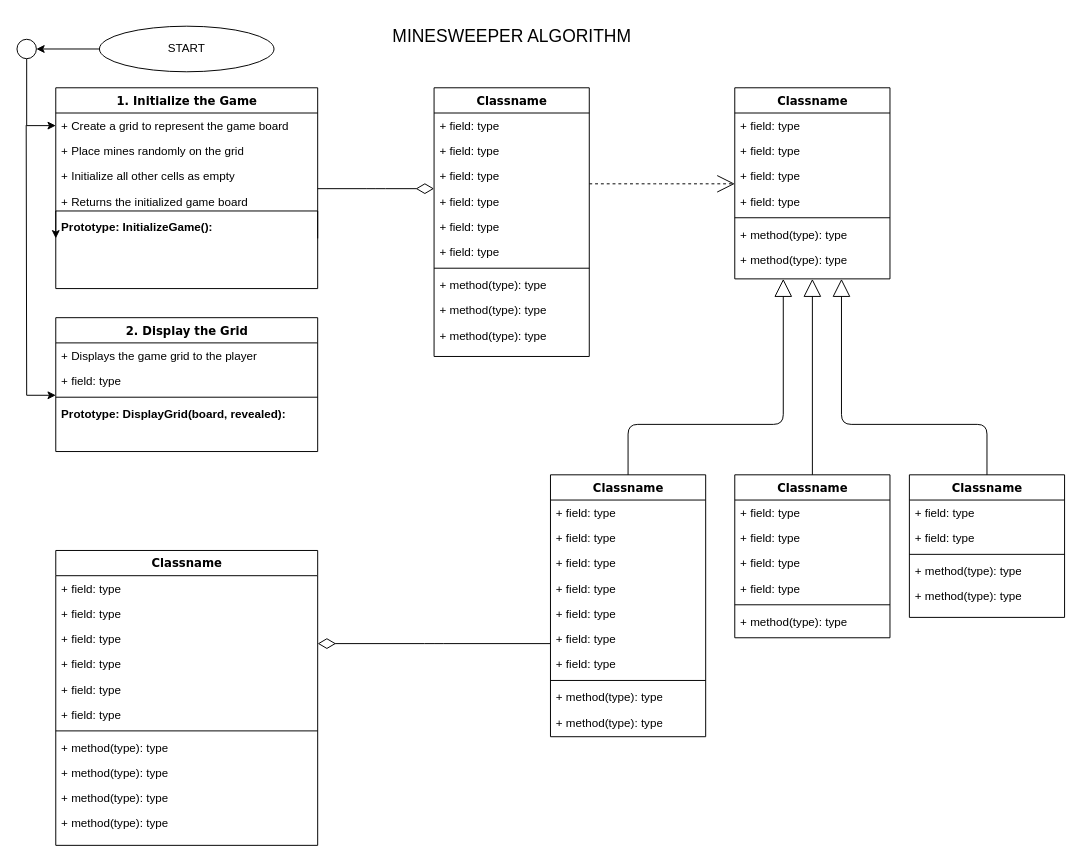
Above: Minesweeper.drawio in lawalTheWest/minesweeper (draw.io), before the change. Source tidied: cells renumbered, new cells numbered last; positions are measured from the earlier drawing's top-left corner, leaving out a move shared by most shapes. Both pictures are drawn from the tidied source at 97%, with x=0, y=0 at pixel (16, 16).
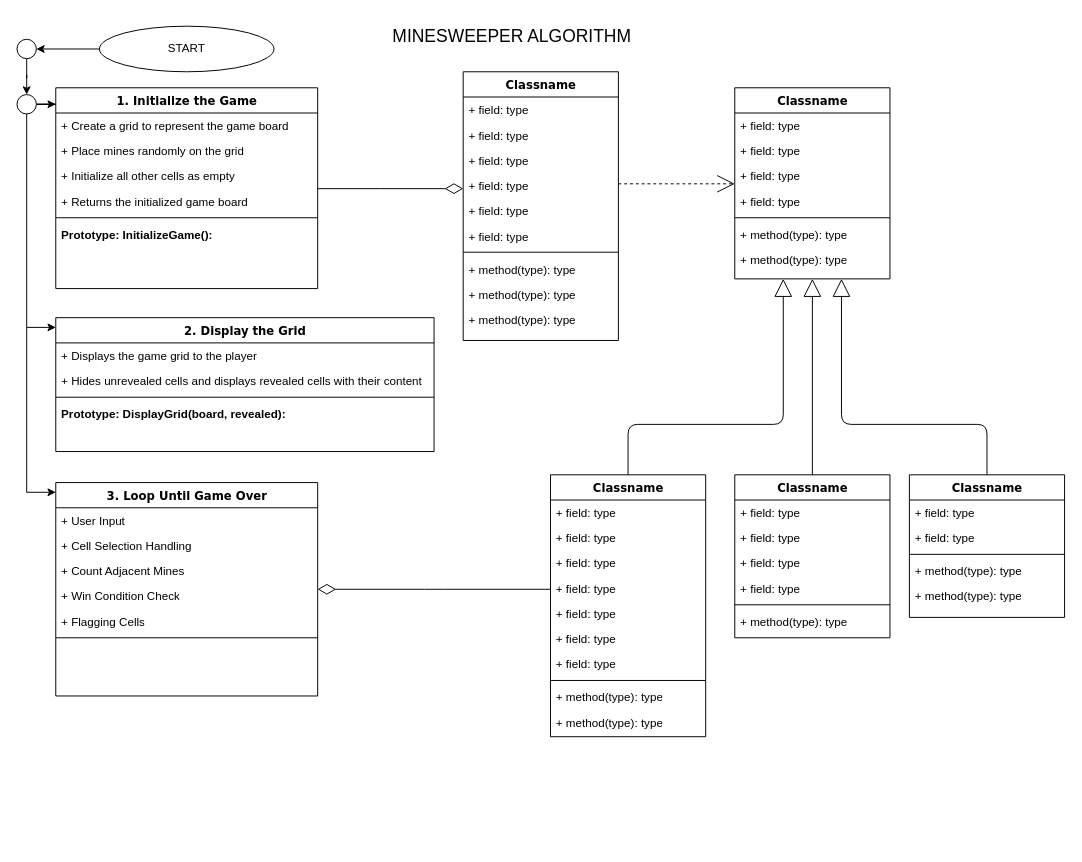
The same diagram, later.

The change refers to these unchanged cells:
```xml
<mxCell id="2" value="1. Initialize the Game" style="swimlane;html=1;fontStyle=1;align=center;verticalAlign=top;horizontal=1;startSize=26;swimlaneFillColor=#ffffff;rounded=0;shadow=0;comic=0;labelBackgroundColor=none;strokeWidth=1;fillColor=none;fontFamily=Verdana;fontSize=12;" parent="1" vertex="1">
  <mxGeometry x="40" y="73" width="270" height="207" as="geometry" />
</mxCell>
<mxCell id="3" value="+ Create a grid to represent the game board" style="text;html=1;strokeColor=none;fillColor=none;align=left;verticalAlign=top;spacingLeft=4;spacingRight=4;whiteSpace=wrap;overflow=hidden;points=[[0,0.5],[1,0.5]];portConstraint=eastwest;" parent="2" vertex="1">
  <mxGeometry y="26" width="270" height="26" as="geometry" />
</mxCell>
<mxCell id="76" style="ellipse;whiteSpace=wrap;html=1;" parent="1" vertex="1">
  <mxGeometry y="23" width="20" height="20" as="geometry" />
</mxCell>
```

What changed in the source:
```diff
@@
+    <mxCell id="81" style="line;html=1;strokeWidth=1;fillColor=none;align=left;verticalAlign=middle;spacingTop=-1;spacingLeft=3;spacingRight=3;labelPosition=right;" parent="2" vertex="1">
+      <mxGeometry y="130" width="270" height="8" as="geometry" />
+    </mxCell>
     <mxCell id="7" value="&lt;b&gt;Prototype: InitializeGame():&lt;/b&gt;" style="text;html=1;strokeColor=none;fillColor=none;align=left;verticalAlign=top;spacingLeft=4;spacingRight=4;whiteSpace=wrap;overflow=hidden;" parent="2" vertex="1">
-      <mxGeometry y="130" width="270" height="26" as="geometry" />
+      <mxGeometry y="138" width="270" height="26" as="geometry" />
     </mxCell>
@@
     <mxCell id="9" value="Classname" style="swimlane;html=1;fontStyle=1;align=center;verticalAlign=top;horizontal=1;startSize=26;swimlaneFillColor=#ffffff;rounded=0;shadow=0;comic=0;labelBackgroundColor=none;strokeWidth=1;fillColor=none;fontFamily=Verdana;fontSize=12;" parent="1" vertex="1">
-      <mxGeometry x="430" y="73" width="160" height="277" as="geometry" />
+      <mxGeometry x="460" y="56.5" width="160" height="277" as="geometry" />
     </mxCell>
@@
     <mxCell id="28" value="2. Display the Grid" style="swimlane;html=1;fontStyle=1;align=center;verticalAlign=top;horizontal=1;startSize=26;swimlaneFillColor=#ffffff;rounded=0;shadow=0;comic=0;labelBackgroundColor=none;strokeWidth=1;fillColor=none;fontFamily=Verdana;fontSize=12;" parent="1" vertex="1">
-      <mxGeometry x="40" y="310" width="270" height="138" as="geometry" />
+      <mxGeometry x="40" y="310" width="390" height="138" as="geometry" />
     </mxCell>
     <mxCell id="29" value="+ Displays the game grid to the player" style="text;html=1;strokeColor=none;fillColor=none;align=left;verticalAlign=top;spacingLeft=4;spacingRight=4;whiteSpace=wrap;overflow=hidden;" parent="28" vertex="1">
-      <mxGeometry y="26" width="270" height="26" as="geometry" />
+      <mxGeometry y="26" width="390" height="26" as="geometry" />
     </mxCell>
-    <mxCell id="30" value="+ field: type" style="text;html=1;strokeColor=none;fillColor=none;align=left;verticalAlign=top;spacingLeft=4;spacingRight=4;whiteSpace=wrap;overflow=hidden;" parent="28" vertex="1">
-      <mxGeometry y="52" width="270" height="26" as="geometry" />
+    <mxCell id="30" value="+ Hides unrevealed cells and displays revealed cells with their content" style="text;html=1;strokeColor=none;fillColor=none;align=left;verticalAlign=top;spacingLeft=4;spacingRight=4;whiteSpace=wrap;overflow=hidden;" parent="28" vertex="1">
+      <mxGeometry y="52" width="390" height="26" as="geometry" />
     </mxCell>
     <mxCell id="31" style="line;html=1;strokeWidth=1;fillColor=none;align=left;verticalAlign=middle;spacingTop=-1;spacingLeft=3;spacingRight=3;labelPosition=right;points=[];portConstraint=eastwest;" parent="28" vertex="1">
-      <mxGeometry y="78" width="270" height="8" as="geometry" />
+      <mxGeometry y="78" width="390" height="8" as="geometry" />
     </mxCell>
     <mxCell id="32" value="&lt;b&gt;Prototype: DisplayGrid(board, revealed):&lt;/b&gt;" style="text;html=1;strokeColor=none;fillColor=none;align=left;verticalAlign=top;spacingLeft=4;spacingRight=4;whiteSpace=wrap;overflow=hidden;" parent="28" vertex="1">
-      <mxGeometry y="86" width="270" height="26" as="geometry" />
+      <mxGeometry y="86" width="390" height="26" as="geometry" />
     </mxCell>
@@
-    <mxCell id="34" value="Classname" style="swimlane;html=1;fontStyle=1;align=center;verticalAlign=top;horizontal=1;startSize=26;swimlaneFillColor=#ffffff;rounded=0;shadow=0;comic=0;labelBackgroundColor=none;strokeWidth=1;fillColor=none;fontFamily=Verdana;fontSize=12;" parent="1" vertex="1">
-      <mxGeometry x="40" y="550" width="270" height="304" as="geometry" />
+    <mxCell id="34" value="3. Loop Until Game Over" style="swimlane;html=1;fontStyle=1;align=center;verticalAlign=top;horizontal=1;startSize=26;swimlaneFillColor=#ffffff;rounded=0;shadow=0;comic=0;labelBackgroundColor=none;strokeWidth=1;fillColor=none;fontFamily=Verdana;fontSize=12;" parent="1" vertex="1">
+      <mxGeometry x="40" y="480" width="270" height="220" as="geometry" />
     </mxCell>
-    <mxCell id="35" value="+ field: type" style="text;html=1;strokeColor=none;fillColor=none;align=left;verticalAlign=top;spacingLeft=4;spacingRight=4;whiteSpace=wrap;overflow=hidden;" parent="34" vertex="1">
+    <mxCell id="35" value="+&amp;nbsp;User Input" style="text;html=1;strokeColor=none;fillColor=none;align=left;verticalAlign=top;spacingLeft=4;spacingRight=4;whiteSpace=wrap;overflow=hidden;" parent="34" vertex="1">
       <mxGeometry y="26" width="270" height="26" as="geometry" />
     </mxCell>
-    <mxCell id="36" value="+ field: type" style="text;html=1;strokeColor=none;fillColor=none;align=left;verticalAlign=top;spacingLeft=4;spacingRight=4;whiteSpace=wrap;overflow=hidden;" parent="34" vertex="1">
+    <mxCell id="36" value="+&amp;nbsp;Cell Selection Handling" style="text;html=1;strokeColor=none;fillColor=none;align=left;verticalAlign=top;spacingLeft=4;spacingRight=4;whiteSpace=wrap;overflow=hidden;" parent="34" vertex="1">
       <mxGeometry y="52" width="270" height="26" as="geometry" />
     </mxCell>
-    <mxCell id="37" value="+ field: type" style="text;html=1;strokeColor=none;fillColor=none;align=left;verticalAlign=top;spacingLeft=4;spacingRight=4;whiteSpace=wrap;overflow=hidden;" parent="34" vertex="1">
+    <mxCell id="37" value="+ Count Adjacent Mines" style="text;html=1;strokeColor=none;fillColor=none;align=left;verticalAlign=top;spacingLeft=4;spacingRight=4;whiteSpace=wrap;overflow=hidden;" parent="34" vertex="1">
       <mxGeometry y="78" width="270" height="26" as="geometry" />
     </mxCell>
-    <mxCell id="38" value="+ field: type" style="text;html=1;strokeColor=none;fillColor=none;align=left;verticalAlign=top;spacingLeft=4;spacingRight=4;whiteSpace=wrap;overflow=hidden;" parent="34" vertex="1">
+    <mxCell id="38" value="+ Win Condition Check" style="text;html=1;strokeColor=none;fillColor=none;align=left;verticalAlign=top;spacingLeft=4;spacingRight=4;whiteSpace=wrap;overflow=hidden;" parent="34" vertex="1">
       <mxGeometry y="104" width="270" height="26" as="geometry" />
     </mxCell>
-    <mxCell id="39" value="+ field: type" style="text;html=1;strokeColor=none;fillColor=none;align=left;verticalAlign=top;spacingLeft=4;spacingRight=4;whiteSpace=wrap;overflow=hidden;" parent="34" vertex="1">
-      <mxGeometry y="130" width="270" height="26" as="geometry" />
-    </mxCell>
-    <mxCell id="40" value="+ field: type" style="text;html=1;strokeColor=none;fillColor=none;align=left;verticalAlign=top;spacingLeft=4;spacingRight=4;whiteSpace=wrap;overflow=hidden;" parent="34" vertex="1">
-      <mxGeometry y="156" width="270" height="26" as="geometry" />
-    </mxCell>
+    <mxCell id="82" value="+&amp;nbsp;Flagging Cells" style="text;html=1;strokeColor=none;fillColor=none;align=left;verticalAlign=top;spacingLeft=4;spacingRight=4;whiteSpace=wrap;overflow=hidden;" parent="34" vertex="1">
+      <mxGeometry y="130" width="270" height="26" as="geometry" />
+    </mxCell>
     <mxCell id="41" style="line;html=1;strokeWidth=1;fillColor=none;align=left;verticalAlign=middle;spacingTop=-1;spacingLeft=3;spacingRight=3;labelPosition=right;" parent="34" vertex="1">
-      <mxGeometry y="182" width="270" height="8" as="geometry" />
+      <mxGeometry y="156" width="270" height="8" as="geometry" />
     </mxCell>
-    <mxCell id="42" value="+ method(type): type" style="text;html=1;strokeColor=none;fillColor=none;align=left;verticalAlign=top;spacingLeft=4;spacingRight=4;whiteSpace=wrap;overflow=hidden;" parent="34" vertex="1">
-      <mxGeometry y="190" width="270" height="26" as="geometry" />
-    </mxCell>
-    <mxCell id="43" value="+ method(type): type" style="text;html=1;strokeColor=none;fillColor=none;align=left;verticalAlign=top;spacingLeft=4;spacingRight=4;whiteSpace=wrap;overflow=hidden;" parent="34" vertex="1">
-      <mxGeometry y="216" width="270" height="26" as="geometry" />
-    </mxCell>
-    <mxCell id="44" value="+ method(type): type" style="text;html=1;strokeColor=none;fillColor=none;align=left;verticalAlign=top;spacingLeft=4;spacingRight=4;whiteSpace=wrap;overflow=hidden;" parent="34" vertex="1">
-      <mxGeometry y="242" width="270" height="26" as="geometry" />
-    </mxCell>
-    <mxCell id="45" value="+ method(type): type" style="text;html=1;strokeColor=none;fillColor=none;align=left;verticalAlign=top;spacingLeft=4;spacingRight=4;whiteSpace=wrap;overflow=hidden;" parent="34" vertex="1">
-      <mxGeometry y="268" width="270" height="26" as="geometry" />
-    </mxCell>
@@
-    <mxCell id="75" style="edgeStyle=orthogonalEdgeStyle;rounded=0;jettySize=auto;html=1;" parent="1" edge="1" source="76" target="3">
-      <mxGeometry relative="1" as="geometry">
-        <Array as="points">
-          <mxPoint x="10" y="112" />
-        </Array>
-      </mxGeometry>
-    </mxCell>
+    <mxCell id="83" style="edgeStyle=orthogonalEdgeStyle;rounded=0;jettySize=auto;html=1;" parent="1" edge="1" source="76" target="85">
+      <mxGeometry relative="1" as="geometry" />
+    </mxCell>
@@
-    <mxCell id="79" style="edgeStyle=orthogonalEdgeStyle;rounded=0;orthogonalLoop=1;jettySize=auto;html=1;exitX=1;exitY=0.75;exitDx=0;exitDy=0;entryX=0;entryY=0.75;entryDx=0;entryDy=0;" parent="1" edge="1" source="2" target="2">
-      <mxGeometry relative="1" as="geometry">
-        <Array as="points">
-          <mxPoint x="310" y="200" />
-          <mxPoint x="40" y="200" />
-        </Array>
-      </mxGeometry>
-    </mxCell>
-    <mxCell id="80" style="endArrow=classic;html=1;rounded=0;entryX=0;entryY=0.25;entryDx=0;entryDy=0;entryPerimeter=0;" parent="1" edge="1" target="31">
+    <mxCell id="80" style="endArrow=classic;html=1;rounded=0;entryX=0;entryY=0.25;entryDx=0;entryDy=0;entryPerimeter=0;exitX=0.5;exitY=1;exitDx=0;exitDy=0;" parent="1" edge="1" source="85">
       <mxGeometry relative="1" as="geometry">
-        <mxPoint x="9.5" y="111.5" as="sourcePoint" />
+        <mxPoint x="40" y="320" as="targetPoint" />
         <Array as="points">
-          <mxPoint x="10" y="390" />
+          <mxPoint x="10" y="320" />
         </Array>
       </mxGeometry>
     </mxCell>
+    <mxCell id="84" style="edgeStyle=orthogonalEdgeStyle;rounded=0;jettySize=auto;html=1;entryX=0;entryY=0.082;entryDx=0;entryDy=0;entryPerimeter=0;" parent="1" edge="1" source="85" target="2">
+      <mxGeometry relative="1" as="geometry" />
+    </mxCell>
+    <mxCell id="85" style="ellipse;whiteSpace=wrap;html=1;" parent="1" vertex="1">
+      <mxGeometry y="80" width="20" height="20" as="geometry" />
+    </mxCell>
+    <mxCell id="86" style="endArrow=classic;html=1;rounded=0;" parent="1" edge="1">
+      <mxGeometry relative="1" as="geometry">
+        <mxPoint x="10" y="320" as="sourcePoint" />
+        <mxPoint x="40" y="490" as="targetPoint" />
+        <Array as="points">
+          <mxPoint x="10" y="490" />
+        </Array>
+      </mxGeometry>
+    </mxCell>
```
